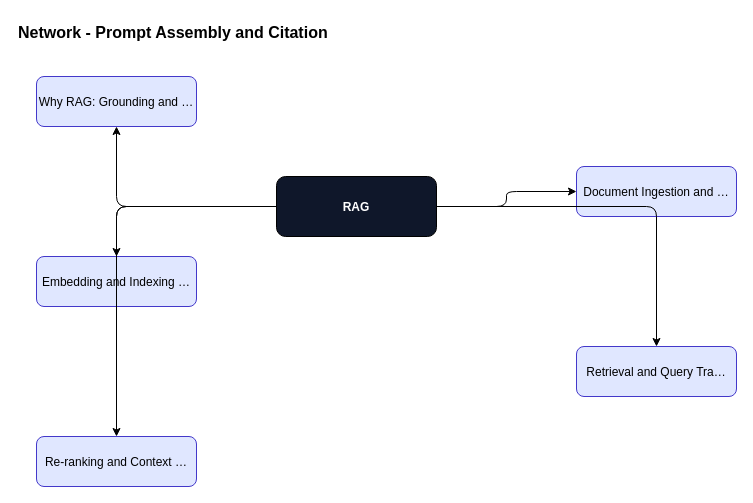
This is content/rag/rag-foundations/diagrams/fig-007-network.drawio from ankit05121980/AI-University, a draw.io file, before an edit. Source tidied: cells renumbered, new cells numbered last; positions are measured from the earlier drawing's top-left corner, leaving out a move shared by most shapes. Both pictures are drawn from the tidied source at 100%, with x=0, y=0 at pixel (16, 16).
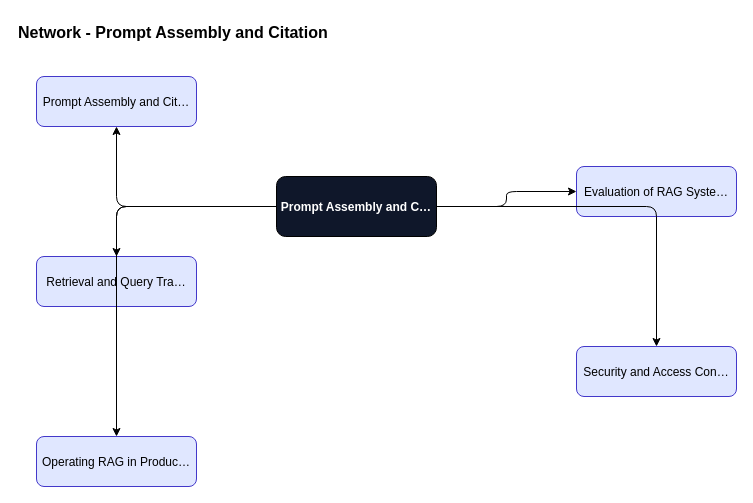
Above is the later version.

What changed in the source:
```diff
@@
 <mxGraphModel>
   <root>
     <mxCell id="0" />
     <mxCell id="1" parent="0" />
     <mxCell id="2" value="Network - Prompt Assembly and Citation" style="text;fontSize=16;fontStyle=1;" parent="1" vertex="1">
       <mxGeometry width="600" height="30" as="geometry" />
     </mxCell>
-    <mxCell id="3" value="RAG" style="rounded=1;fillColor=#0f172a;fontColor=#ffffff;fontStyle=1;" parent="1" vertex="1">
+    <mxCell id="3" value="Prompt Assembly and C…" style="rounded=1;fillColor=#0f172a;fontColor=#ffffff;fontStyle=1;" parent="1" vertex="1">
       <mxGeometry x="260" y="160" width="160" height="60" as="geometry" />
     </mxCell>
-    <mxCell id="4" value="Why RAG: Grounding and …" style="rounded=1;fillColor=#e0e7ff;strokeColor=#4338ca;" parent="1" vertex="1">
+    <mxCell id="4" value="Prompt Assembly and Cit…" style="rounded=1;fillColor=#e0e7ff;strokeColor=#4338ca;" parent="1" vertex="1">
       <mxGeometry x="20" y="60" width="160" height="50" as="geometry" />
     </mxCell>
     <mxCell id="5" style="edgeStyle=orthogonalEdgeStyle;" parent="1" edge="1" source="3" target="4">
       <mxGeometry relative="1" as="geometry" />
     </mxCell>
-    <mxCell id="6" value="Document Ingestion and …" style="rounded=1;fillColor=#e0e7ff;strokeColor=#4338ca;" parent="1" vertex="1">
+    <mxCell id="6" value="Evaluation of RAG Syste…" style="rounded=1;fillColor=#e0e7ff;strokeColor=#4338ca;" parent="1" vertex="1">
       <mxGeometry x="560" y="150" width="160" height="50" as="geometry" />
     </mxCell>
     <mxCell id="7" style="edgeStyle=orthogonalEdgeStyle;" parent="1" edge="1" source="3" target="6">
       <mxGeometry relative="1" as="geometry" />
     </mxCell>
-    <mxCell id="8" value="Embedding and Indexing …" style="rounded=1;fillColor=#e0e7ff;strokeColor=#4338ca;" parent="1" vertex="1">
+    <mxCell id="8" value="Retrieval and Query Tra…" style="rounded=1;fillColor=#e0e7ff;strokeColor=#4338ca;" parent="1" vertex="1">
       <mxGeometry x="20" y="240" width="160" height="50" as="geometry" />
     </mxCell>
     <mxCell id="9" style="edgeStyle=orthogonalEdgeStyle;" parent="1" edge="1" source="3" target="8">
       <mxGeometry relative="1" as="geometry" />
     </mxCell>
-    <mxCell id="10" value="Retrieval and Query Tra…" style="rounded=1;fillColor=#e0e7ff;strokeColor=#4338ca;" parent="1" vertex="1">
+    <mxCell id="10" value="Security and Access Con…" style="rounded=1;fillColor=#e0e7ff;strokeColor=#4338ca;" parent="1" vertex="1">
       <mxGeometry x="560" y="330" width="160" height="50" as="geometry" />
     </mxCell>
     <mxCell id="11" style="edgeStyle=orthogonalEdgeStyle;" parent="1" edge="1" source="3" target="10">
       <mxGeometry relative="1" as="geometry" />
     </mxCell>
-    <mxCell id="12" value="Re-ranking and Context …" style="rounded=1;fillColor=#e0e7ff;strokeColor=#4338ca;" parent="1" vertex="1">
+    <mxCell id="12" value="Operating RAG in Produc…" style="rounded=1;fillColor=#e0e7ff;strokeColor=#4338ca;" parent="1" vertex="1">
       <mxGeometry x="20" y="420" width="160" height="50" as="geometry" />
     </mxCell>
     <mxCell id="13" style="edgeStyle=orthogonalEdgeStyle;" parent="1" edge="1" source="3" target="12">
       <mxGeometry relative="1" as="geometry" />
     </mxCell>
   </root>
 </mxGraphModel>
```
